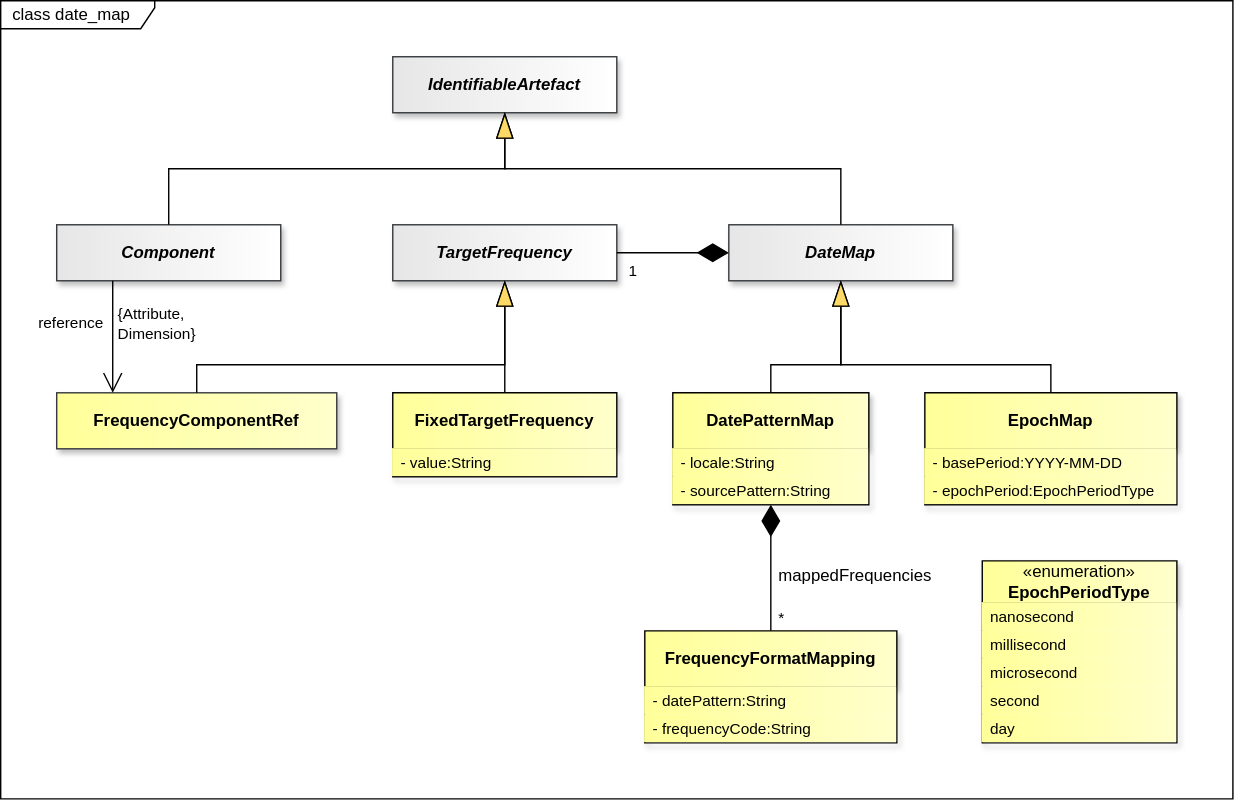
Before: docs/information_model/media/sdmx_mapping-date_map.svg, a diagram exported from draw.io (sdmx-twg/sdmx-im). Source tidied: cells renumbered, new cells last; positions are measured from the earlier drawing's top-left corner, leaving out a move shared by most shapes.
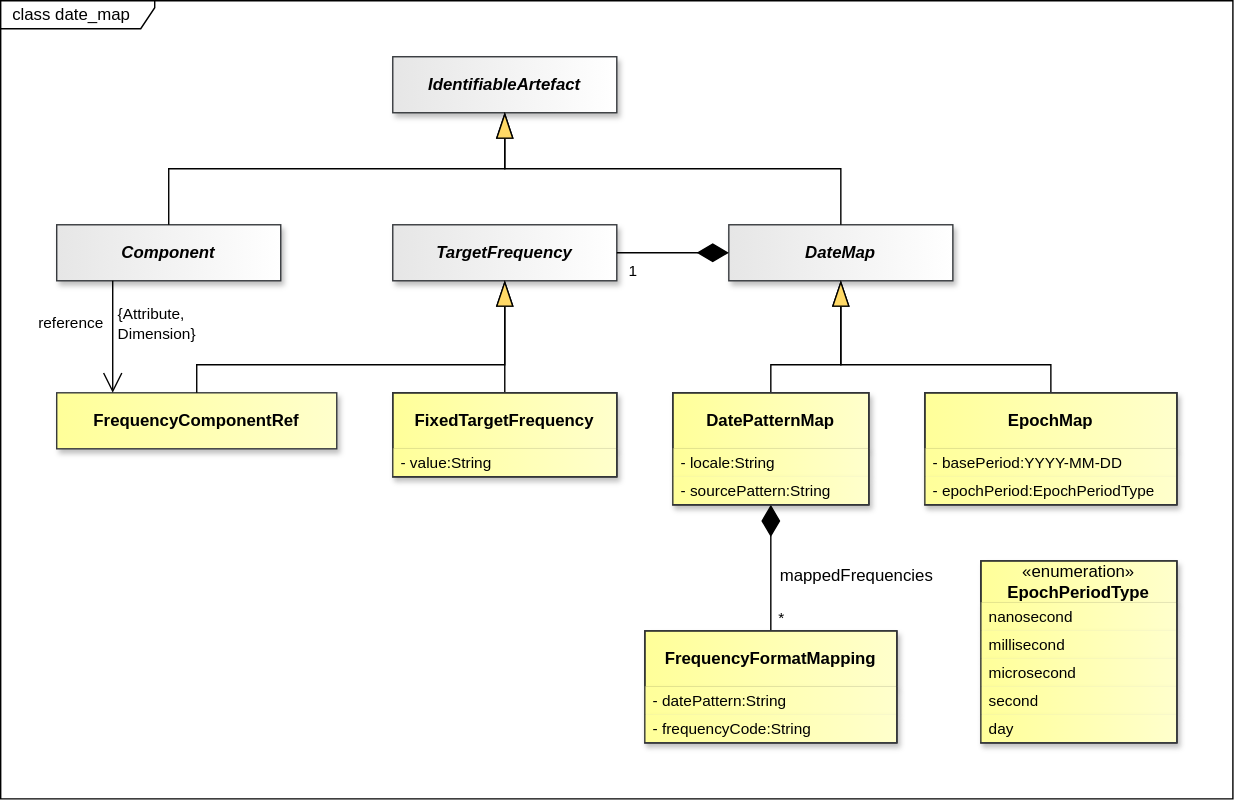
Above is the later version.

Diff of the diagram source:
```diff
@@ -303,52 +303,52 @@
     <mxCell id="100" value="FixedTargetFrequency" style="swimlane;fontStyle=1;align=center;verticalAlign=middle;horizontal=1;startSize=40;whiteSpace=wrap;html=1;fillColor=light-dark(#FFFF99,#FFFF99);strokeColor=light-dark(#000000,#000000);gradientDirection=east;swimlaneLine=1;fontColor=light-dark(#000000,#000000);labelBackgroundColor=none;textShadow=0;gradientColor=light-dark(#FFFFCC,#FFFFCC);shadow=1;" parent="1" vertex="1">
       <mxGeometry x="280" y="280" width="160" height="60" as="geometry" />
     </mxCell>
-    <mxCell id="101" value="- value:String" style="text;strokeColor=none;fillColor=light-dark(#FFFF99,#FFFF99);align=left;verticalAlign=middle;spacingLeft=4;spacingRight=4;overflow=hidden;whiteSpace=wrap;html=1;fontFamily=Helvetica;fontSize=11;fontColor=light-dark(#000000,#000000);gradientColor=light-dark(#FFFFCC,#FFFFCC);gradientDirection=east;" parent="100" vertex="1">
+    <mxCell id="101" value="- value:String" style="text;strokeColor=none;fillColor=light-dark(#FFFF99,#FFFF99);align=left;verticalAlign=middle;spacingLeft=4;spacingRight=4;overflow=hidden;whiteSpace=wrap;html=1;fontFamily=Helvetica;fontSize=11;fontColor=light-dark(#000000,#000000);gradientColor=light-dark(#FFFFCC,#FFFFCC);gradientDirection=east;shadow=1;" parent="100" vertex="1">
       <mxGeometry y="40" width="160" height="20" as="geometry" />
     </mxCell>
     <mxCell id="102" value="DatePatternMap" style="swimlane;fontStyle=1;align=center;verticalAlign=middle;horizontal=1;startSize=40;whiteSpace=wrap;html=1;fillColor=light-dark(#FFFF99,#FFFF99);strokeColor=light-dark(#000000,#000000);gradientDirection=east;swimlaneLine=1;fontColor=light-dark(#000000,#000000);labelBackgroundColor=none;textShadow=0;gradientColor=light-dark(#FFFFCC,#FFFFCC);shadow=1;" parent="1" vertex="1">
       <mxGeometry x="480" y="280" width="140" height="80" as="geometry" />
     </mxCell>
-    <mxCell id="103" value="- locale:String" style="text;strokeColor=none;fillColor=light-dark(#FFFF99,#FFFF99);align=left;verticalAlign=middle;spacingLeft=4;spacingRight=4;overflow=hidden;whiteSpace=wrap;html=1;fontFamily=Helvetica;fontSize=11;fontColor=light-dark(#000000,#000000);gradientColor=light-dark(#FFFFCC,#FFFFCC);gradientDirection=east;" parent="102" vertex="1">
+    <mxCell id="103" value="- locale:String" style="text;strokeColor=none;fillColor=light-dark(#FFFF99,#FFFF99);align=left;verticalAlign=middle;spacingLeft=4;spacingRight=4;overflow=hidden;whiteSpace=wrap;html=1;fontFamily=Helvetica;fontSize=11;fontColor=light-dark(#000000,#000000);gradientColor=light-dark(#FFFFCC,#FFFFCC);gradientDirection=east;shadow=1;" parent="102" vertex="1">
       <mxGeometry y="40" width="140" height="20" as="geometry" />
     </mxCell>
-    <mxCell id="104" value="- sourcePattern:String" style="text;strokeColor=none;fillColor=light-dark(#FFFF99,#FFFF99);align=left;verticalAlign=middle;spacingLeft=4;spacingRight=4;overflow=hidden;whiteSpace=wrap;html=1;fontFamily=Helvetica;fontSize=11;fontColor=light-dark(#000000,#000000);gradientColor=light-dark(#FFFFCC,#FFFFCC);gradientDirection=east;" parent="102" vertex="1">
+    <mxCell id="104" value="- sourcePattern:String" style="text;strokeColor=none;fillColor=light-dark(#FFFF99,#FFFF99);align=left;verticalAlign=middle;spacingLeft=4;spacingRight=4;overflow=hidden;whiteSpace=wrap;html=1;fontFamily=Helvetica;fontSize=11;fontColor=light-dark(#000000,#000000);gradientColor=light-dark(#FFFFCC,#FFFFCC);gradientDirection=east;shadow=1;" parent="102" vertex="1">
       <mxGeometry y="60" width="140" height="20" as="geometry" />
     </mxCell>
     <mxCell id="105" value="EpochMap" style="swimlane;fontStyle=1;align=center;verticalAlign=middle;horizontal=1;startSize=40;whiteSpace=wrap;html=1;fillColor=light-dark(#FFFF99,#FFFF99);strokeColor=light-dark(#000000,#000000);gradientDirection=east;swimlaneLine=1;fontColor=light-dark(#000000,#000000);labelBackgroundColor=none;textShadow=0;gradientColor=light-dark(#FFFFCC,#FFFFCC);shadow=1;" parent="1" vertex="1">
       <mxGeometry x="660" y="280" width="180" height="80" as="geometry" />
     </mxCell>
-    <mxCell id="106" value="- basePeriod:YYYY-MM-DD" style="text;strokeColor=none;fillColor=light-dark(#FFFF99,#FFFF99);align=left;verticalAlign=middle;spacingLeft=4;spacingRight=4;overflow=hidden;whiteSpace=wrap;html=1;fontFamily=Helvetica;fontSize=11;fontColor=light-dark(#000000,#000000);gradientColor=light-dark(#FFFFCC,#FFFFCC);gradientDirection=east;" parent="105" vertex="1">
+    <mxCell id="106" value="- basePeriod:YYYY-MM-DD" style="text;strokeColor=none;fillColor=light-dark(#FFFF99,#FFFF99);align=left;verticalAlign=middle;spacingLeft=4;spacingRight=4;overflow=hidden;whiteSpace=wrap;html=1;fontFamily=Helvetica;fontSize=11;fontColor=light-dark(#000000,#000000);gradientColor=light-dark(#FFFFCC,#FFFFCC);gradientDirection=east;shadow=1;" parent="105" vertex="1">
       <mxGeometry y="40" width="180" height="20" as="geometry" />
     </mxCell>
-    <mxCell id="107" value="- epochPeriod:EpochPeriodType" style="text;strokeColor=none;fillColor=light-dark(#FFFF99,#FFFF99);align=left;verticalAlign=middle;spacingLeft=4;spacingRight=4;overflow=hidden;whiteSpace=wrap;html=1;fontFamily=Helvetica;fontSize=11;fontColor=light-dark(#000000,#000000);gradientColor=light-dark(#FFFFCC,#FFFFCC);gradientDirection=east;" parent="105" vertex="1">
+    <mxCell id="107" value="- epochPeriod:EpochPeriodType" style="text;strokeColor=none;fillColor=light-dark(#FFFF99,#FFFF99);align=left;verticalAlign=middle;spacingLeft=4;spacingRight=4;overflow=hidden;whiteSpace=wrap;html=1;fontFamily=Helvetica;fontSize=11;fontColor=light-dark(#000000,#000000);gradientColor=light-dark(#FFFFCC,#FFFFCC);gradientDirection=east;shadow=1;" parent="105" vertex="1">
       <mxGeometry y="60" width="180" height="20" as="geometry" />
     </mxCell>
     <mxCell id="108" value="&lt;span style=&quot;font-weight: normal;&quot;&gt;«enumeration»&lt;/span&gt;&lt;br&gt;EpochPeriodType" style="swimlane;fontStyle=1;align=center;verticalAlign=middle;horizontal=1;startSize=30;whiteSpace=wrap;html=1;fillColor=light-dark(#FFFF99,#FFFF99);strokeColor=light-dark(#000000,#000000);gradientDirection=east;swimlaneLine=1;fontColor=light-dark(#000000,#000000);labelBackgroundColor=none;textShadow=0;gradientColor=light-dark(#FFFFCC,#FFFFCC);shadow=1;" parent="1" vertex="1">
-      <mxGeometry x="701" y="400" width="139" height="130" as="geometry" />
+      <mxGeometry x="700" y="400" width="140" height="130" as="geometry" />
     </mxCell>
-    <mxCell id="109" value="nanosecond" style="text;strokeColor=none;fillColor=light-dark(#FFFF99,#FFFF99);align=left;verticalAlign=middle;spacingLeft=4;spacingRight=4;overflow=hidden;whiteSpace=wrap;html=1;fontFamily=Helvetica;fontSize=11;fontColor=light-dark(#000000,#000000);gradientColor=light-dark(#FFFFCC,#FFFFCC);gradientDirection=east;" parent="108" vertex="1">
-      <mxGeometry y="30" width="139" height="20" as="geometry" />
+    <mxCell id="109" value="nanosecond" style="text;strokeColor=none;fillColor=light-dark(#FFFF99,#FFFF99);align=left;verticalAlign=middle;spacingLeft=4;spacingRight=4;overflow=hidden;whiteSpace=wrap;html=1;fontFamily=Helvetica;fontSize=11;fontColor=light-dark(#000000,#000000);gradientColor=light-dark(#FFFFCC,#FFFFCC);gradientDirection=east;shadow=1;" parent="108" vertex="1">
+      <mxGeometry y="30" width="140" height="20" as="geometry" />
     </mxCell>
-    <mxCell id="110" value="millisecond" style="text;strokeColor=none;fillColor=light-dark(#FFFF99,#FFFF99);align=left;verticalAlign=middle;spacingLeft=4;spacingRight=4;overflow=hidden;whiteSpace=wrap;html=1;fontFamily=Helvetica;fontSize=11;fontColor=light-dark(#000000,#000000);gradientColor=light-dark(#FFFFCC,#FFFFCC);gradientDirection=east;" parent="108" vertex="1">
-      <mxGeometry y="50" width="139" height="20" as="geometry" />
+    <mxCell id="110" value="millisecond" style="text;strokeColor=none;fillColor=light-dark(#FFFF99,#FFFF99);align=left;verticalAlign=middle;spacingLeft=4;spacingRight=4;overflow=hidden;whiteSpace=wrap;html=1;fontFamily=Helvetica;fontSize=11;fontColor=light-dark(#000000,#000000);gradientColor=light-dark(#FFFFCC,#FFFFCC);gradientDirection=east;shadow=1;" parent="108" vertex="1">
+      <mxGeometry y="50" width="140" height="20" as="geometry" />
     </mxCell>
-    <mxCell id="111" value="microsecond" style="text;strokeColor=none;fillColor=light-dark(#FFFF99,#FFFF99);align=left;verticalAlign=middle;spacingLeft=4;spacingRight=4;overflow=hidden;whiteSpace=wrap;html=1;fontFamily=Helvetica;fontSize=11;fontColor=light-dark(#000000,#000000);gradientColor=light-dark(#FFFFCC,#FFFFCC);gradientDirection=east;" parent="108" vertex="1">
-      <mxGeometry y="70" width="139" height="20" as="geometry" />
+    <mxCell id="111" value="microsecond" style="text;strokeColor=none;fillColor=light-dark(#FFFF99,#FFFF99);align=left;verticalAlign=middle;spacingLeft=4;spacingRight=4;overflow=hidden;whiteSpace=wrap;html=1;fontFamily=Helvetica;fontSize=11;fontColor=light-dark(#000000,#000000);gradientColor=light-dark(#FFFFCC,#FFFFCC);gradientDirection=east;shadow=1;" parent="108" vertex="1">
+      <mxGeometry y="70" width="140" height="20" as="geometry" />
     </mxCell>
-    <mxCell id="112" value="second" style="text;strokeColor=none;fillColor=light-dark(#FFFF99,#FFFF99);align=left;verticalAlign=middle;spacingLeft=4;spacingRight=4;overflow=hidden;whiteSpace=wrap;html=1;fontFamily=Helvetica;fontSize=11;fontColor=light-dark(#000000,#000000);gradientColor=light-dark(#FFFFCC,#FFFFCC);gradientDirection=east;" parent="108" vertex="1">
-      <mxGeometry y="90" width="139" height="20" as="geometry" />
+    <mxCell id="112" value="second" style="text;strokeColor=none;fillColor=light-dark(#FFFF99,#FFFF99);align=left;verticalAlign=middle;spacingLeft=4;spacingRight=4;overflow=hidden;whiteSpace=wrap;html=1;fontFamily=Helvetica;fontSize=11;fontColor=light-dark(#000000,#000000);gradientColor=light-dark(#FFFFCC,#FFFFCC);gradientDirection=east;shadow=1;" parent="108" vertex="1">
+      <mxGeometry y="90" width="140" height="20" as="geometry" />
     </mxCell>
-    <mxCell id="113" value="day" style="text;strokeColor=none;fillColor=light-dark(#FFFF99,#FFFF99);align=left;verticalAlign=middle;spacingLeft=4;spacingRight=4;overflow=hidden;whiteSpace=wrap;html=1;fontFamily=Helvetica;fontSize=11;fontColor=light-dark(#000000,#000000);gradientColor=light-dark(#FFFFCC,#FFFFCC);gradientDirection=east;" parent="108" vertex="1">
-      <mxGeometry y="110" width="139" height="20" as="geometry" />
+    <mxCell id="113" value="day" style="text;strokeColor=none;fillColor=light-dark(#FFFF99,#FFFF99);align=left;verticalAlign=middle;spacingLeft=4;spacingRight=4;overflow=hidden;whiteSpace=wrap;html=1;fontFamily=Helvetica;fontSize=11;fontColor=light-dark(#000000,#000000);gradientColor=light-dark(#FFFFCC,#FFFFCC);gradientDirection=east;shadow=1;" parent="108" vertex="1">
+      <mxGeometry y="110" width="140" height="20" as="geometry" />
     </mxCell>
     <mxCell id="114" value="FrequencyFormatMapping" style="swimlane;fontStyle=1;align=center;verticalAlign=middle;horizontal=1;startSize=40;whiteSpace=wrap;html=1;fillColor=light-dark(#FFFF99,#FFFF99);strokeColor=light-dark(#000000,#000000);gradientDirection=east;swimlaneLine=1;fontColor=light-dark(#000000,#000000);labelBackgroundColor=none;textShadow=0;gradientColor=light-dark(#FFFFCC,#FFFFCC);shadow=1;" parent="1" vertex="1">
       <mxGeometry x="460" y="450" width="180" height="80" as="geometry" />
     </mxCell>
-    <mxCell id="115" value="- datePattern:String" style="text;strokeColor=none;fillColor=light-dark(#FFFF99,#FFFF99);align=left;verticalAlign=middle;spacingLeft=4;spacingRight=4;overflow=hidden;whiteSpace=wrap;html=1;fontFamily=Helvetica;fontSize=11;fontColor=light-dark(#000000,#000000);gradientColor=light-dark(#FFFFCC,#FFFFCC);gradientDirection=east;" parent="114" vertex="1">
+    <mxCell id="115" value="- datePattern:String" style="text;strokeColor=none;fillColor=light-dark(#FFFF99,#FFFF99);align=left;verticalAlign=middle;spacingLeft=4;spacingRight=4;overflow=hidden;whiteSpace=wrap;html=1;fontFamily=Helvetica;fontSize=11;fontColor=light-dark(#000000,#000000);gradientColor=light-dark(#FFFFCC,#FFFFCC);gradientDirection=east;shadow=1;" parent="114" vertex="1">
       <mxGeometry y="40" width="180" height="20" as="geometry" />
     </mxCell>
-    <mxCell id="116" value="- frequencyCode:String" style="text;strokeColor=none;fillColor=light-dark(#FFFF99,#FFFF99);align=left;verticalAlign=middle;spacingLeft=4;spacingRight=4;overflow=hidden;whiteSpace=wrap;html=1;fontFamily=Helvetica;fontSize=11;fontColor=light-dark(#000000,#000000);gradientColor=light-dark(#FFFFCC,#FFFFCC);gradientDirection=east;" parent="114" vertex="1">
+    <mxCell id="116" value="- frequencyCode:String" style="text;strokeColor=none;fillColor=light-dark(#FFFF99,#FFFF99);align=left;verticalAlign=middle;spacingLeft=4;spacingRight=4;overflow=hidden;whiteSpace=wrap;html=1;fontFamily=Helvetica;fontSize=11;fontColor=light-dark(#000000,#000000);gradientColor=light-dark(#FFFFCC,#FFFFCC);gradientDirection=east;shadow=1;" parent="114" vertex="1">
       <mxGeometry y="60" width="180" height="20" as="geometry" />
     </mxCell>
     <mxCell id="117" style="endArrow=blockThin;endSize=16;endFill=1;html=1;rounded=0;entryX=0.5;entryY=1;entryDx=0;entryDy=0;exitX=0.5;exitY=0;exitDx=0;exitDy=0;startFill=0;endFillColor=light-dark(#FFD966,#FFD966);strokeColor=light-dark(#000000,#FFFFFF);startFillColor=light-dark(#000000,#FFFFFF);labelBackgroundColor=none;labelBorderColor=light-dark(#000000,#FFFFFF);" parent="1" edge="1" source="95" target="93">
@@ -419,5 +419,20 @@
         <mxPoint x="59" as="offset" />
       </mxGeometry>
     </mxCell>
+    <mxCell id="128" style="rounded=0;whiteSpace=wrap;html=1;fillColor=none;strokeColor=#36393D;" parent="1" vertex="1">
+      <mxGeometry x="280" y="280" width="160" height="60" as="geometry" />
+    </mxCell>
+    <mxCell id="129" style="rounded=0;whiteSpace=wrap;html=1;fillColor=none;strokeColor=#36393D;" parent="1" vertex="1">
+      <mxGeometry x="480" y="280" width="140" height="80" as="geometry" />
+    </mxCell>
+    <mxCell id="130" style="rounded=0;whiteSpace=wrap;html=1;fillColor=none;strokeColor=#36393D;" parent="1" vertex="1">
+      <mxGeometry x="660" y="280" width="180" height="80" as="geometry" />
+    </mxCell>
+    <mxCell id="131" style="rounded=0;whiteSpace=wrap;html=1;fillColor=none;strokeColor=#36393D;" parent="1" vertex="1">
+      <mxGeometry x="700" y="400" width="140" height="130" as="geometry" />
+    </mxCell>
+    <mxCell id="132" style="rounded=0;whiteSpace=wrap;html=1;fillColor=none;strokeColor=#36393D;" parent="1" vertex="1">
+      <mxGeometry x="460" y="450" width="180" height="80" as="geometry" />
+    </mxCell>
   </root>
 </mxGraphModel>
```
